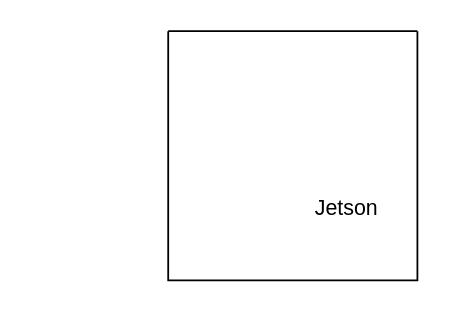
Before: AMR.drawio in rafism1997/AMR_Electronics_Flow_Diagram-Architecture-, a draw.io diagram. Source tidied: cells renumbered, new cells numbered last; positions are measured from the earlier drawing's top-left corner, leaving out a move shared by most shapes. Both pictures are drawn from the tidied source at 178%, with x=0, y=0 at pixel (167, 30).
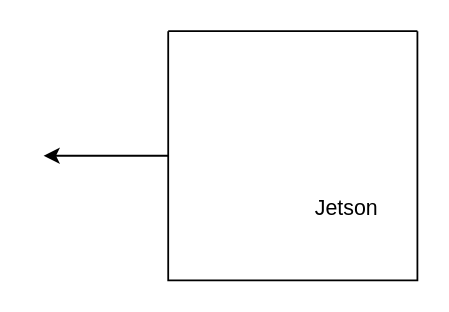
The same diagram, later.

Diff of the diagram source:
```diff
@@
 <mxGraphModel>
   <root>
     <mxCell id="0" />
     <mxCell id="1" parent="0" />
+    <mxCell id="4" style="edgeStyle=orthogonalEdgeStyle;rounded=0;jettySize=auto;html=1;exitX=0;exitY=0.5;exitDx=0;exitDy=0;" parent="1" edge="1" source="2">
+      <mxGeometry relative="1" as="geometry">
+        <mxPoint x="-70" y="70" as="targetPoint" />
+      </mxGeometry>
+    </mxCell>
     <mxCell id="2" style="swimlane;startSize=0;" parent="1" vertex="1">
       <mxGeometry width="140" height="140" as="geometry" />
     </mxCell>
     <mxCell id="3" value="Jetson" style="text;html=1;align=center;verticalAlign=middle;strokeColor=none;fillColor=none;" parent="2" vertex="1">
       <mxGeometry x="75" y="90" width="50" height="20" as="geometry" />
     </mxCell>
   </root>
 </mxGraphModel>
```
